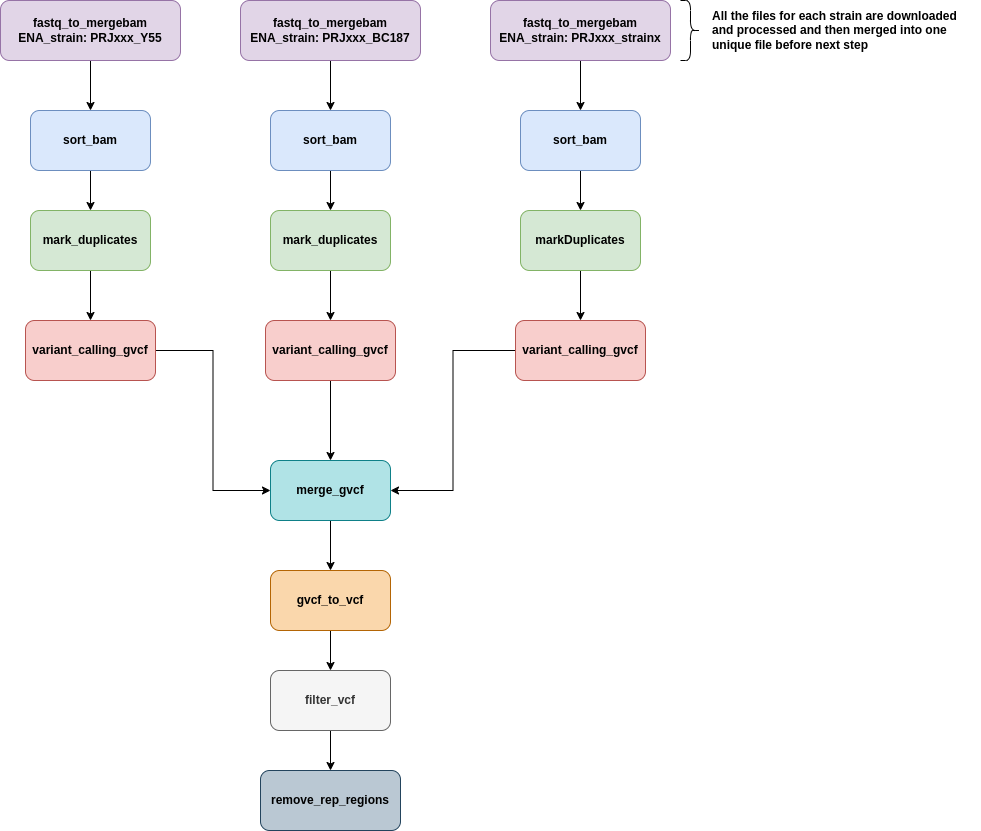
Above: plot_readme/DAG_pipeline.png in Louis-XIV-bis/varcall_snakemake (draw.io), before the change. Source tidied: cells renumbered, new cells last; positions are measured from the earlier drawing's top-left corner, leaving out a move shared by most shapes.
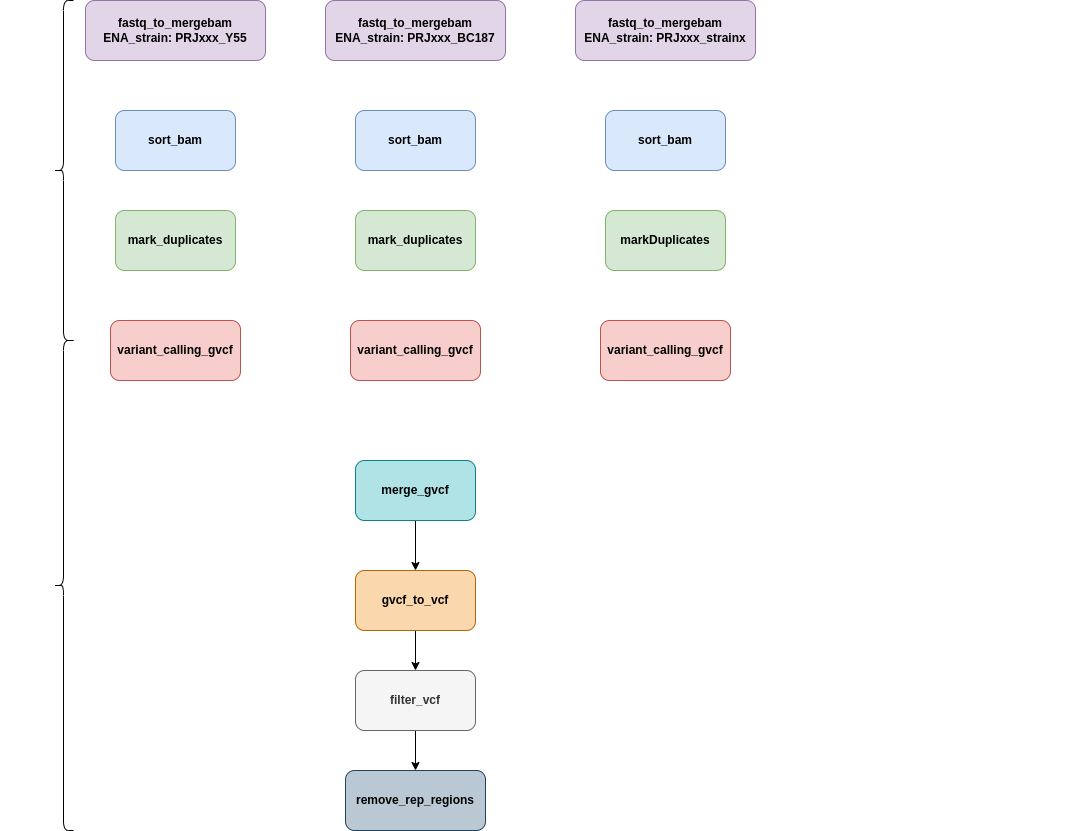
Later version of the same file.

Diff of the diagram source:
```diff
@@ -2,25 +2,25 @@
   <root>
     <mxCell id="0" />
     <mxCell id="1" parent="0" />
-    <mxCell id="2" style="edgeStyle=orthogonalEdgeStyle;rounded=0;jettySize=auto;html=1;" parent="1" edge="1" source="3" target="5">
+    <mxCell id="2" style="edgeStyle=orthogonalEdgeStyle;rounded=0;jettySize=auto;html=1;strokeColor=#FFFFFF;" parent="1" edge="1" source="3" target="5">
       <mxGeometry relative="1" as="geometry" />
     </mxCell>
     <mxCell id="3" value="&lt;b&gt;fastq_to_mergebam&lt;br&gt;ENA_strain: PRJxxx_BC187&lt;/b&gt;" style="rounded=1;whiteSpace=wrap;html=1;fillColor=#e1d5e7;strokeColor=#9673a6;" parent="1" vertex="1">
       <mxGeometry x="240" width="180" height="60" as="geometry" />
     </mxCell>
-    <mxCell id="4" style="edgeStyle=orthogonalEdgeStyle;rounded=0;jettySize=auto;html=1;" parent="1" edge="1" source="5" target="7">
+    <mxCell id="4" style="edgeStyle=orthogonalEdgeStyle;rounded=0;jettySize=auto;html=1;strokeColor=#FFFFFF;" parent="1" edge="1" source="5" target="7">
       <mxGeometry relative="1" as="geometry" />
     </mxCell>
     <mxCell id="5" value="&lt;b style=&quot;border-color: var(--border-color);&quot;&gt;sort_bam&lt;/b&gt;" style="whiteSpace=wrap;html=1;rounded=1;fillColor=#dae8fc;strokeColor=#6c8ebf;" parent="1" vertex="1">
       <mxGeometry x="270" y="110" width="120" height="60" as="geometry" />
     </mxCell>
-    <mxCell id="6" style="edgeStyle=orthogonalEdgeStyle;rounded=0;jettySize=auto;html=1;" parent="1" edge="1" source="7" target="9">
+    <mxCell id="6" style="edgeStyle=orthogonalEdgeStyle;rounded=0;jettySize=auto;html=1;strokeColor=#FFFFFF;" parent="1" edge="1" source="7" target="9">
       <mxGeometry relative="1" as="geometry" />
     </mxCell>
     <mxCell id="7" value="&lt;b style=&quot;border-color: var(--border-color);&quot;&gt;mark_duplicates&lt;/b&gt;" style="whiteSpace=wrap;html=1;rounded=1;fillColor=#d5e8d4;strokeColor=#82b366;" parent="1" vertex="1">
       <mxGeometry x="270" y="210" width="120" height="60" as="geometry" />
     </mxCell>
-    <mxCell id="8" style="edgeStyle=orthogonalEdgeStyle;rounded=0;jettySize=auto;html=1;" parent="1" edge="1" source="9" target="11">
+    <mxCell id="8" style="edgeStyle=orthogonalEdgeStyle;rounded=0;jettySize=auto;html=1;strokeColor=#FFFFFF;" parent="1" edge="1" source="9" target="11">
       <mxGeometry relative="1" as="geometry" />
     </mxCell>
     <mxCell id="9" value="&lt;b&gt;variant_calling_gvcf&lt;/b&gt;" style="whiteSpace=wrap;html=1;rounded=1;fillColor=#f8cecc;strokeColor=#b85450;" parent="1" vertex="1">
@@ -47,59 +47,71 @@
     <mxCell id="16" value="&lt;b&gt;remove_rep_regions&lt;/b&gt;" style="whiteSpace=wrap;html=1;rounded=1;fillColor=#bac8d3;strokeColor=#23445d;" parent="1" vertex="1">
       <mxGeometry x="260" y="770" width="140" height="60" as="geometry" />
     </mxCell>
-    <mxCell id="17" style="edgeStyle=orthogonalEdgeStyle;rounded=0;jettySize=auto;html=1;" parent="1" edge="1" source="18" target="20">
+    <mxCell id="17" style="edgeStyle=orthogonalEdgeStyle;rounded=0;jettySize=auto;html=1;strokeColor=#FFFFFF;" parent="1" edge="1" source="18" target="20">
       <mxGeometry relative="1" as="geometry" />
     </mxCell>
     <mxCell id="18" value="&lt;b&gt;fastq_to_mergebam&lt;br&gt;ENA_strain: PRJxxx_strainx&lt;/b&gt;" style="rounded=1;whiteSpace=wrap;html=1;fillColor=#e1d5e7;strokeColor=#9673a6;" parent="1" vertex="1">
       <mxGeometry x="490" width="180" height="60" as="geometry" />
     </mxCell>
-    <mxCell id="19" style="edgeStyle=orthogonalEdgeStyle;rounded=0;jettySize=auto;html=1;" parent="1" edge="1" source="20" target="22">
+    <mxCell id="19" style="edgeStyle=orthogonalEdgeStyle;rounded=0;jettySize=auto;html=1;strokeColor=#FFFFFF;" parent="1" edge="1" source="20" target="22">
       <mxGeometry relative="1" as="geometry" />
     </mxCell>
     <mxCell id="20" value="&lt;b&gt;sort_bam&lt;/b&gt;" style="whiteSpace=wrap;html=1;rounded=1;fillColor=#dae8fc;strokeColor=#6c8ebf;" parent="1" vertex="1">
       <mxGeometry x="520" y="110" width="120" height="60" as="geometry" />
     </mxCell>
-    <mxCell id="21" style="edgeStyle=orthogonalEdgeStyle;rounded=0;jettySize=auto;html=1;" parent="1" edge="1" source="22" target="24">
+    <mxCell id="21" style="edgeStyle=orthogonalEdgeStyle;rounded=0;jettySize=auto;html=1;strokeColor=#FFFFFF;" parent="1" edge="1" source="22" target="24">
       <mxGeometry relative="1" as="geometry" />
     </mxCell>
     <mxCell id="22" value="&lt;b&gt;markDuplicates&lt;/b&gt;" style="whiteSpace=wrap;html=1;rounded=1;fillColor=#d5e8d4;strokeColor=#82b366;" parent="1" vertex="1">
       <mxGeometry x="520" y="210" width="120" height="60" as="geometry" />
     </mxCell>
-    <mxCell id="23" style="edgeStyle=orthogonalEdgeStyle;rounded=0;jettySize=auto;html=1;entryX=1;entryY=0.5;entryDx=0;entryDy=0;" parent="1" edge="1" source="24" target="11">
+    <mxCell id="23" style="edgeStyle=orthogonalEdgeStyle;rounded=0;jettySize=auto;html=1;entryX=1;entryY=0.5;entryDx=0;entryDy=0;strokeColor=#FFFFFF;" parent="1" edge="1" source="24" target="11">
       <mxGeometry relative="1" as="geometry" />
     </mxCell>
     <mxCell id="24" value="&lt;b&gt;variant_calling_gvcf&lt;/b&gt;" style="whiteSpace=wrap;html=1;rounded=1;fillColor=#f8cecc;strokeColor=#b85450;" parent="1" vertex="1">
       <mxGeometry x="515" y="320" width="130" height="60" as="geometry" />
     </mxCell>
-    <mxCell id="25" style="edgeStyle=orthogonalEdgeStyle;rounded=0;jettySize=auto;html=1;" parent="1" edge="1" source="26" target="28">
+    <mxCell id="25" style="edgeStyle=orthogonalEdgeStyle;rounded=0;jettySize=auto;html=1;strokeColor=#FFFFFF;" parent="1" edge="1" source="26" target="28">
       <mxGeometry relative="1" as="geometry" />
     </mxCell>
     <mxCell id="26" value="&lt;b&gt;fastq_to_mergebam&lt;br&gt;ENA_strain: PRJxxx_Y55&lt;/b&gt;" style="rounded=1;whiteSpace=wrap;html=1;fillColor=#e1d5e7;strokeColor=#9673a6;" parent="1" vertex="1">
       <mxGeometry width="180" height="60" as="geometry" />
     </mxCell>
-    <mxCell id="27" style="edgeStyle=orthogonalEdgeStyle;rounded=0;jettySize=auto;html=1;" parent="1" edge="1" source="28" target="30">
+    <mxCell id="27" style="edgeStyle=orthogonalEdgeStyle;rounded=0;jettySize=auto;html=1;strokeColor=#FFFFFF;" parent="1" edge="1" source="28" target="30">
       <mxGeometry relative="1" as="geometry" />
     </mxCell>
     <mxCell id="28" value="&lt;b style=&quot;border-color: var(--border-color);&quot;&gt;sort_bam&lt;/b&gt;" style="whiteSpace=wrap;html=1;rounded=1;fillColor=#dae8fc;strokeColor=#6c8ebf;" parent="1" vertex="1">
       <mxGeometry x="30" y="110" width="120" height="60" as="geometry" />
     </mxCell>
-    <mxCell id="29" style="edgeStyle=orthogonalEdgeStyle;rounded=0;jettySize=auto;html=1;" parent="1" edge="1" source="30" target="32">
+    <mxCell id="29" style="edgeStyle=orthogonalEdgeStyle;rounded=0;jettySize=auto;html=1;strokeColor=#FFFFFF;" parent="1" edge="1" source="30" target="32">
       <mxGeometry relative="1" as="geometry" />
     </mxCell>
     <mxCell id="30" value="&lt;b&gt;mark_duplicates&lt;/b&gt;" style="whiteSpace=wrap;html=1;rounded=1;fillColor=#d5e8d4;strokeColor=#82b366;" parent="1" vertex="1">
       <mxGeometry x="30" y="210" width="120" height="60" as="geometry" />
     </mxCell>
-    <mxCell id="31" style="edgeStyle=orthogonalEdgeStyle;rounded=0;jettySize=auto;html=1;entryX=0;entryY=0.5;entryDx=0;entryDy=0;" parent="1" edge="1" source="32" target="11">
+    <mxCell id="31" style="edgeStyle=orthogonalEdgeStyle;rounded=0;jettySize=auto;html=1;entryX=0;entryY=0.5;entryDx=0;entryDy=0;strokeColor=#FFFFFF;" parent="1" edge="1" source="32" target="11">
       <mxGeometry relative="1" as="geometry" />
     </mxCell>
     <mxCell id="32" value="&lt;b&gt;variant_calling_gvcf&lt;/b&gt;" style="whiteSpace=wrap;html=1;rounded=1;fillColor=#f8cecc;strokeColor=#b85450;" parent="1" vertex="1">
       <mxGeometry x="25" y="320" width="130" height="60" as="geometry" />
     </mxCell>
-    <mxCell id="33" style="shape=curlyBracket;whiteSpace=wrap;html=1;rounded=1;flipH=1;labelPosition=right;verticalLabelPosition=middle;align=left;verticalAlign=middle;" parent="1" vertex="1">
+    <mxCell id="33" style="shape=curlyBracket;whiteSpace=wrap;html=1;rounded=1;flipH=1;labelPosition=right;verticalLabelPosition=middle;align=left;verticalAlign=middle;strokeColor=#FFFFFF;" parent="1" vertex="1">
       <mxGeometry x="680" width="20" height="60" as="geometry" />
     </mxCell>
-    <mxCell id="34" value="&lt;div style=&quot;&quot;&gt;&lt;b style=&quot;background-color: initial;&quot;&gt;All the files for each strain are downloaded&lt;/b&gt;&lt;/div&gt;&lt;b&gt;and processed and then merged into one &lt;br&gt;&lt;div style=&quot;&quot;&gt;&lt;b style=&quot;background-color: initial;&quot;&gt;unique file before next step&lt;/b&gt;&lt;/div&gt;&lt;/b&gt;" style="text;html=1;align=left;verticalAlign=middle;strokeColor=none;fillColor=none;" parent="1" vertex="1">
+    <mxCell id="34" value="&lt;div style=&quot;&quot;&gt;&lt;b style=&quot;&quot;&gt;&lt;font style=&quot;&quot; color=&quot;#ffffff&quot;&gt;All the files for each strain are downloaded&lt;/font&gt;&lt;/b&gt;&lt;/div&gt;&lt;b&gt;&lt;font color=&quot;#ffffff&quot;&gt;and processed and then merged into one &lt;br&gt;&lt;div style=&quot;&quot;&gt;&lt;b style=&quot;&quot;&gt;unique file before next step&lt;/b&gt;&lt;/div&gt;&lt;/font&gt;&lt;/b&gt;" style="text;html=1;align=left;verticalAlign=middle;strokeColor=none;fillColor=none;" parent="1" vertex="1">
       <mxGeometry x="710" width="270" height="60" as="geometry" />
     </mxCell>
+    <mxCell id="35" style="shape=curlyBracket;whiteSpace=wrap;html=1;rounded=1;labelPosition=left;verticalLabelPosition=middle;align=right;verticalAlign=middle;size=0.5;" parent="1" vertex="1">
+      <mxGeometry x="-32" y="340" width="20" height="490" as="geometry" />
+    </mxCell>
+    <mxCell id="36" style="shape=curlyBracket;whiteSpace=wrap;html=1;rounded=1;labelPosition=left;verticalLabelPosition=middle;align=right;verticalAlign=middle;" parent="1" vertex="1">
+      <mxGeometry x="-32" width="20" height="340" as="geometry" />
+    </mxCell>
+    <mxCell id="37" value="&lt;font color=&quot;#ffffff&quot; style=&quot;font-size: 24px;&quot;&gt;Pipeline 1&lt;/font&gt;" style="text;html=1;align=center;verticalAlign=middle;strokeColor=none;fillColor=none;rotation=270;" parent="1" vertex="1">
+      <mxGeometry x="-130" y="150" width="130" height="40" as="geometry" />
+    </mxCell>
+    <mxCell id="38" value="&lt;font color=&quot;#ffffff&quot; style=&quot;font-size: 24px;&quot;&gt;Pipeline 2&lt;/font&gt;" style="text;html=1;align=center;verticalAlign=middle;strokeColor=none;fillColor=none;rotation=270;" parent="1" vertex="1">
+      <mxGeometry x="-130" y="560" width="130" height="40" as="geometry" />
+    </mxCell>
   </root>
 </mxGraphModel>
```
